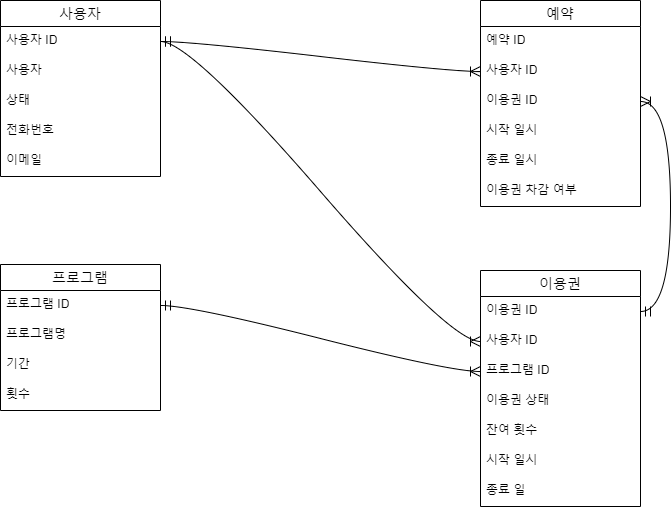
The draw.io diagram docs/ticket-manager-erd.png in GuardJo/ticket-manager, before a commit. Source tidied: cells renumbered, new cells last; positions are measured from the earlier drawing's top-left corner, leaving out a move shared by most shapes.
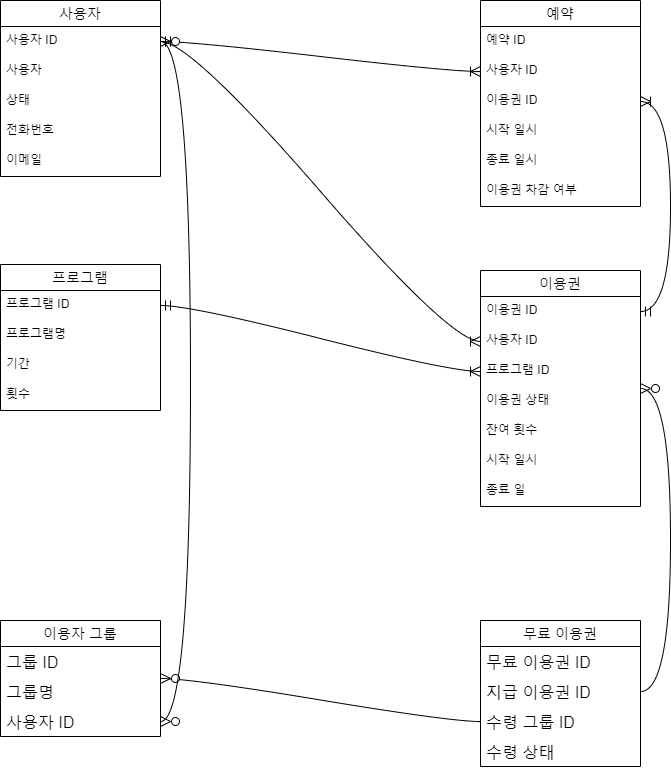
Above is the later version.

The edit, as a diff of the source:
```diff
@@ -92,5 +92,41 @@
     <mxCell id="31" style="edgeStyle=entityRelationEdgeStyle;fontSize=12;html=1;endArrow=ERoneToMany;startArrow=ERmandOne;rounded=0;startSize=8;endSize=8;curved=1;" parent="1" edge="1" source="14" target="24">
       <mxGeometry relative="1" as="geometry" />
     </mxCell>
+    <mxCell id="32" value="이용자 그룹" style="swimlane;fontStyle=0;horizontal=1;startSize=26;align=center;fontSize=14;" parent="1" vertex="1">
+      <mxGeometry y="620" width="160" height="116" as="geometry" />
+    </mxCell>
+    <mxCell id="33" value="그룹 ID" style="text;strokeColor=none;fillColor=none;spacingLeft=4;spacingRight=4;overflow=hidden;fontSize=16;whiteSpace=wrap;html=1;" parent="32" vertex="1">
+      <mxGeometry y="26" width="160" height="30" as="geometry" />
+    </mxCell>
+    <mxCell id="34" value="그룹명" style="text;strokeColor=none;fillColor=none;spacingLeft=4;spacingRight=4;overflow=hidden;fontSize=16;whiteSpace=wrap;html=1;" parent="32" vertex="1">
+      <mxGeometry y="56" width="160" height="30" as="geometry" />
+    </mxCell>
+    <mxCell id="35" value="사용자 ID" style="text;strokeColor=none;fillColor=none;spacingLeft=4;spacingRight=4;overflow=hidden;points=[[0,0.5],[1,0.5]];portConstraint=eastwest;fontSize=16;whiteSpace=wrap;html=1;" parent="32" vertex="1">
+      <mxGeometry y="86" width="160" height="30" as="geometry" />
+    </mxCell>
+    <mxCell id="36" value="무료 이용권" style="swimlane;fontStyle=0;horizontal=1;startSize=26;align=center;fontSize=14;" parent="1" vertex="1">
+      <mxGeometry x="480" y="620" width="160" height="146" as="geometry" />
+    </mxCell>
+    <mxCell id="37" value="무료 이용권 ID" style="text;strokeColor=none;fillColor=none;spacingLeft=4;spacingRight=4;overflow=hidden;fontSize=16;whiteSpace=wrap;html=1;" parent="36" vertex="1">
+      <mxGeometry y="26" width="160" height="30" as="geometry" />
+    </mxCell>
+    <mxCell id="38" value="지급 이용권 ID" style="text;strokeColor=none;fillColor=none;spacingLeft=4;spacingRight=4;overflow=hidden;points=[[0,0.5],[1,0.5]];portConstraint=eastwest;fontSize=16;whiteSpace=wrap;html=1;" parent="36" vertex="1">
+      <mxGeometry y="56" width="160" height="30" as="geometry" />
+    </mxCell>
+    <mxCell id="39" value="수령 그룹 ID" style="text;strokeColor=none;fillColor=none;spacingLeft=4;spacingRight=4;overflow=hidden;points=[[0,0.5],[1,0.5]];portConstraint=eastwest;fontSize=16;whiteSpace=wrap;html=1;" parent="36" vertex="1">
+      <mxGeometry y="86" width="160" height="30" as="geometry" />
+    </mxCell>
+    <mxCell id="40" value="수령 상태" style="text;strokeColor=none;fillColor=none;spacingLeft=4;spacingRight=4;overflow=hidden;fontSize=16;whiteSpace=wrap;html=1;" parent="36" vertex="1">
+      <mxGeometry y="116" width="160" height="30" as="geometry" />
+    </mxCell>
+    <mxCell id="41" style="edgeStyle=entityRelationEdgeStyle;fontSize=12;html=1;endArrow=ERzeroToMany;endFill=1;rounded=0;startSize=8;endSize=8;curved=1;" parent="1" edge="1" source="38" target="13">
+      <mxGeometry relative="1" as="geometry" />
+    </mxCell>
+    <mxCell id="42" style="edgeStyle=entityRelationEdgeStyle;fontSize=12;html=1;endArrow=ERzeroToMany;endFill=1;rounded=0;startSize=8;endSize=8;curved=1;" parent="1" edge="1" source="39" target="32">
+      <mxGeometry relative="1" as="geometry" />
+    </mxCell>
+    <mxCell id="43" style="edgeStyle=entityRelationEdgeStyle;fontSize=12;html=1;endArrow=ERzeroToMany;endFill=1;startArrow=ERzeroToMany;rounded=0;startSize=8;endSize=8;curved=1;" parent="1" edge="1" source="35" target="8">
+      <mxGeometry relative="1" as="geometry" />
+    </mxCell>
   </root>
 </mxGraphModel>
```
